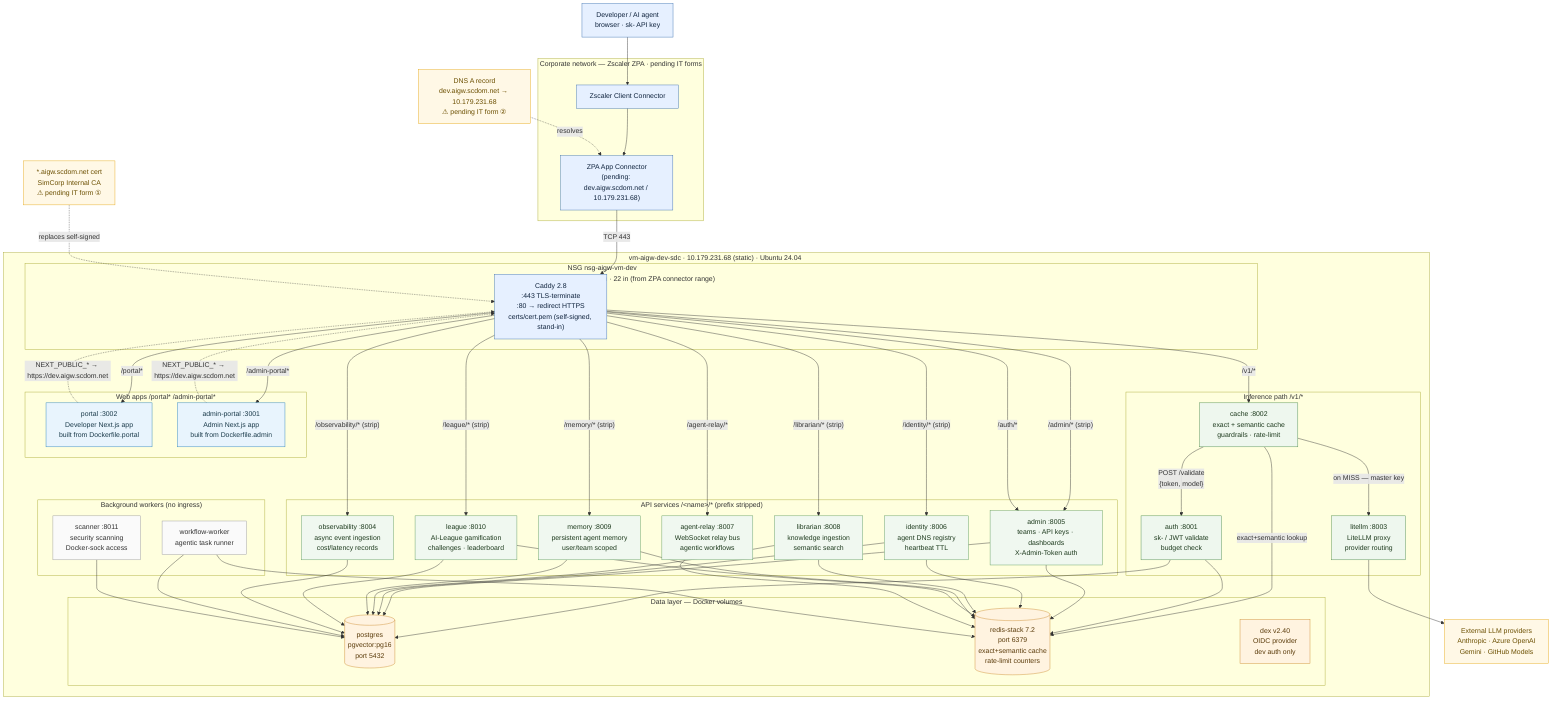
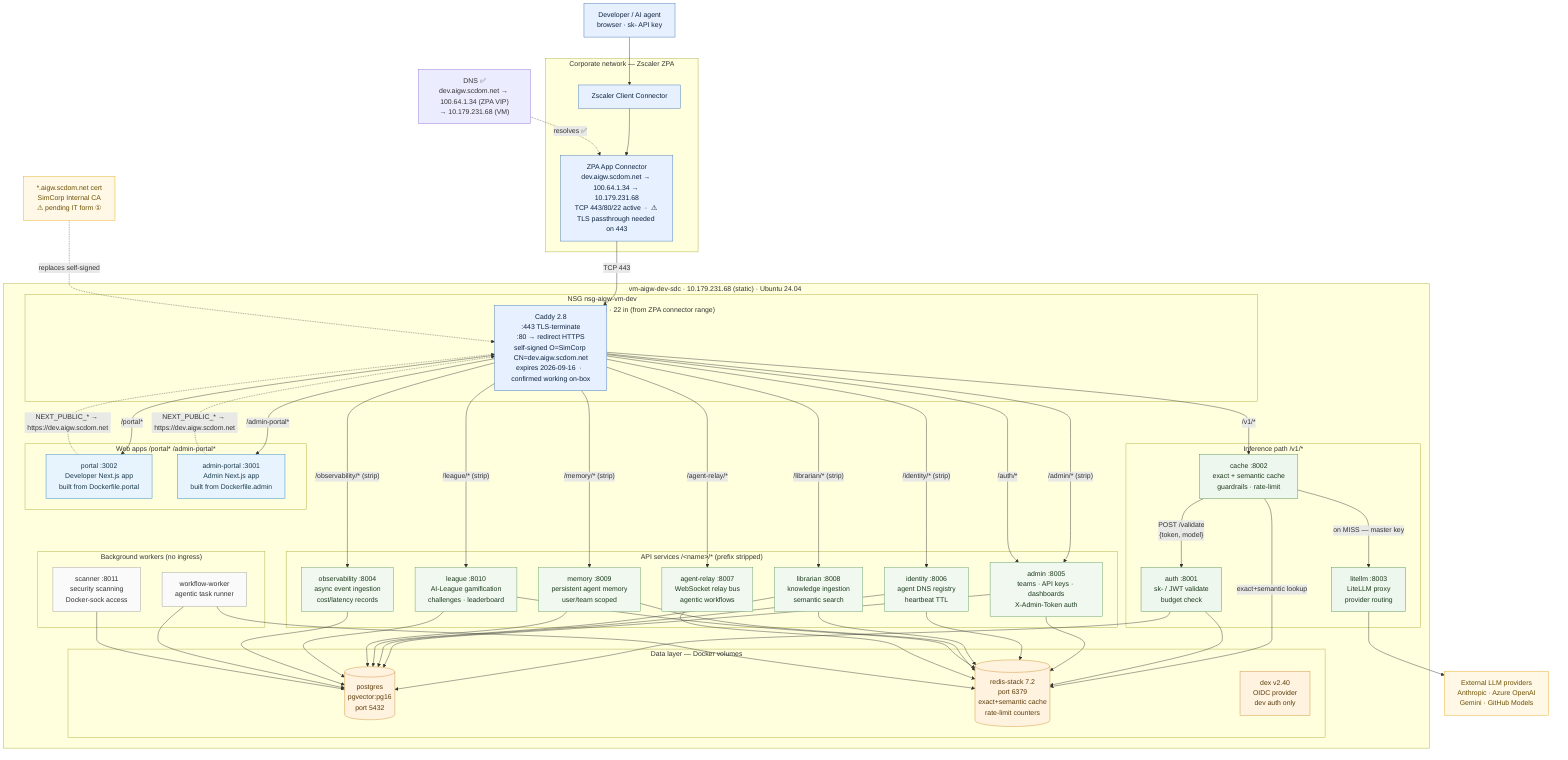
flowchart TB
  dev["Developer / AI agent\nbrowser  ·  sk- API key"]

-   subgraph CORP["Corporate network — Zscaler ZPA  ·  pending IT forms"]
+   subgraph CORP["Corporate network — Zscaler ZPA"]
    zcc["Zscaler Client Connector"]
-     zpa["ZPA App Connector\n(pending: dev.aigw.scdom.net / 10.179.231.68)"]
+     zpa["ZPA App Connector\ndev.aigw.scdom.net → 100.64.1.34 → 10.179.231.68\nTCP 443/80/22 active  ·  ⚠ TLS passthrough needed on 443"]
  end

  subgraph VM["vm-aigw-dev-sdc  ·  10.179.231.68 (static)  ·  Ubuntu 24.04\nrg-spoke-platformaitooling-dev-sdc-001  ·  Sweden Central"]
    subgraph EDGE["NSG nsg-aigw-vm-dev\n443 in · 80 in · 22 in  (from ZPA connector range)"]
-       caddy["Caddy 2.8\n:443 TLS-terminate\n:80 → redirect HTTPS\ncerts/cert.pem (self-signed, stand-in)"]
+       caddy["Caddy 2.8\n:443 TLS-terminate\n:80 → redirect HTTPS\nself-signed O=SimCorp CN=dev.aigw.scdom.net\nexpires 2026-09-16  ·  confirmed working on-box"]
    end

    subgraph INFERENCE["Inference path  /v1/*"]
      cache["cache :8002\nexact + semantic cache\nguardrails · rate-limit"]
      auth["auth :8001\nsk- / JWT validate\nbudget check"]
      litellm["litellm :8003\nLiteLLM proxy\nprovider routing"]
    end

    subgraph APPS["Web apps  /portal*  /admin-portal*"]
      portal["portal :3002\nDeveloper Next.js app\nbuilt from Dockerfile.portal"]
      adminportal["admin-portal :3001\nAdmin Next.js app\nbuilt from Dockerfile.admin"]
    end

    subgraph API["API services  /&lt;name&gt;/*  (prefix stripped)"]
      admin["admin :8005\nteams · API keys · dashboards\nX-Admin-Token auth"]
      identity["identity :8006\nagent DNS registry\nheartbeat TTL"]
      librarian["librarian :8008\nknowledge ingestion\nsemantic search"]
      memory["memory :8009\npersistent agent memory\nuser/team scoped"]
      league["league :8010\nAI-League gamification\nchallenges · leaderboard"]
      observability["observability :8004\nasync event ingestion\ncost/latency records"]
      agentrelay["agent-relay :8007\nWebSocket relay bus\nagentic workflows"]
    end

    subgraph BG["Background workers  (no ingress)"]
      scanner["scanner :8011\nsecurity scanning\nDocker-sock access"]
      worker["workflow-worker\nagentic task runner"]
    end

    subgraph DATA["Data layer  —  Docker volumes"]
      pg[("postgres\npgvector:pg16\nport 5432")]
      redis[("redis-stack 7.2\nport 6379\nexact+semantic cache\nrate-limit counters")]
      dex["dex v2.40\nOIDC provider\ndev auth only"]
    end
  end

  ext["External LLM providers\nAnthropic  ·  Azure OpenAI\nGemini  ·  GitHub Models"]
  cert_pending["*.aigw.scdom.net cert\nSimCorp Internal CA\n⚠ pending IT form ①"]
-   dns_pending["DNS A record\ndev.aigw.scdom.net → 10.179.231.68\n⚠ pending IT form ②"]
+   dns_done["DNS ✅\ndev.aigw.scdom.net → 100.64.1.34 (ZPA VIP)\n→ 10.179.231.68 (VM)"]

  dev --> zcc --> zpa -->|"TCP 443"| caddy
-   dns_pending -. "resolves" .-> zpa
+   dns_done -. "resolves ✅" .-> zpa
  cert_pending -. "replaces self-signed" .-> caddy

  caddy -->|"/v1/*"| cache
  caddy -->|"/portal*"| portal
  caddy -->|"/admin-portal*"| adminportal
  caddy -->|"/admin/* (strip)"| admin
  caddy -->|"/identity/* (strip)"| identity
  caddy -->|"/librarian/* (strip)"| librarian
  caddy -->|"/memory/* (strip)"| memory
  caddy -->|"/league/* (strip)"| league
  caddy -->|"/observability/* (strip)"| observability
  caddy -->|"/agent-relay/*"| agentrelay
  caddy -->|"/auth/*"| admin

  cache -->|"POST /validate\n{token, model}"| auth
  cache -->|"exact+semantic lookup"| redis
  cache -->|"on MISS — master key"| litellm
  litellm --> ext
  auth --> pg
  auth --> redis

  admin --> pg
  admin --> redis
  identity --> pg & redis
  librarian --> pg & redis
  memory --> pg & redis
  league --> pg & redis
  observability --> pg
  agentrelay --> redis
  worker --> pg & redis
  scanner --> pg

  portal -. "NEXT_PUBLIC_* → https://dev.aigw.scdom.net" .-> caddy
  adminportal -. "NEXT_PUBLIC_* → https://dev.aigw.scdom.net" .-> caddy

  classDef edge fill:#e6f0ff,stroke:#3b6fb0,color:#10243e;
  classDef infer fill:#eef7ee,stroke:#4a8a4a,color:#1d3a1d;
  classDef app fill:#e8f4fd,stroke:#2980b9,color:#1a3a4a;
  classDef api fill:#f0f8f0,stroke:#5d9a5d,color:#1d3a1d;
  classDef bg fill:#fafafa,stroke:#999,color:#333;
  classDef data fill:#fff3e0,stroke:#cc8a2e,color:#5a3b0a;
  classDef pending fill:#fff8e6,stroke:#e6a817,color:#6b4f00;

  class dev,zcc,zpa,caddy edge;
  class cache,auth,litellm infer;
  class portal,adminportal app;
  class admin,identity,librarian,memory,league,observability,agentrelay api;
  class scanner,worker bg;
  class pg,redis,dex data;
  class cert_pending,dns_pending,ext pending;
